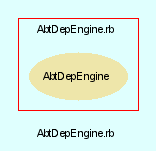
The Graphviz diagram src/trunk/doc/dot/f_1.png in eschabell/abtlinux, before a commit. Its source is kept beside it as src/trunk/doc/dot/f_1.dot.
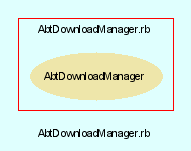
Later version of the same file.

The edit, as a diff of the source:
```diff
@@ -3,24 +3,24 @@
     bgcolor = lightcyan1
     fontname = Arial
     fontsize = 8
-    label = "AbtDepEngine.rb"
+    label = "AbtDownloadManager.rb"
     node [
         fontname = Arial,
         fontsize = 8,
         color = black
     ]
 
-    subgraph cluster_1 {
+    subgraph cluster_2 {
         fontname = Arial
         color = red
-        label = "AbtDepEngine.rb"
-        AbtDepEngine [
+        label = "AbtDownloadManager.rb"
+        AbtDownloadManager [
             fontcolor = black,
-            URL = "classes/AbtDepEngine.html",
+            URL = "classes/AbtDownloadManager.html",
             shape = ellipse,
             color = palegoldenrod,
             style = filled,
-            label = "AbtDepEngine"
+            label = "AbtDownloadManager"
         ]
 
     }
```
